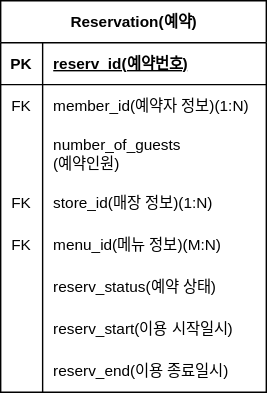
Before: reservation_erd.drawio.svg, a diagram exported from draw.io (gunsight1/boot-up1-samsik). Source tidied: cells renumbered, new cells last; positions are measured from the earlier drawing's top-left corner, leaving out a move shared by most shapes.
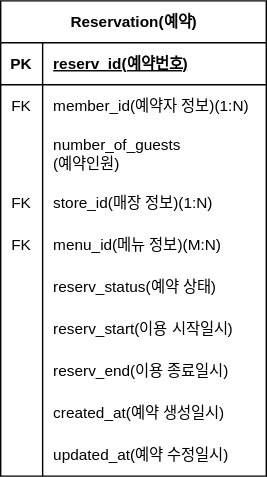
Later version of the same file.

What changed in the source:
```diff
@@ -3,7 +3,7 @@
     <mxCell id="0" />
     <mxCell id="1" parent="0" />
     <mxCell id="2" value="Reservation(예약)" style="shape=table;startSize=30;rowLines=0;fontStyle=1;align=center;html=1;fontSize=11;" parent="1" vertex="1">
-      <mxGeometry width="190" height="280" as="geometry" />
+      <mxGeometry width="190" height="340" as="geometry" />
     </mxCell>
     <mxCell id="3" style="shape=tableRow;horizontal=0;startSize=0;swimlaneHead=0;swimlaneBody=0;fillColor=none;top=0;left=0;right=0;bottom=1;fontSize=11;" parent="2" vertex="1">
       <mxGeometry y="30" width="190" height="30" as="geometry" />
@@ -77,5 +77,23 @@
     <mxCell id="26" value="reserv_end(이용 종료일시)" style="shape=partialRectangle;fillColor=none;top=0;left=0;bottom=0;right=0;align=left;spacingLeft=6;overflow=hidden;whiteSpace=wrap;html=1;fontSize=11;" parent="24" vertex="1">
       <mxGeometry x="30" width="160" height="30" as="geometry" />
     </mxCell>
+    <mxCell id="27" style="shape=tableRow;horizontal=0;startSize=0;swimlaneHead=0;swimlaneBody=0;fillColor=none;top=0;left=0;right=0;bottom=0;fontSize=11;" parent="2" vertex="1">
+      <mxGeometry y="280" width="190" height="30" as="geometry" />
+    </mxCell>
+    <mxCell id="28" style="shape=partialRectangle;fillColor=none;top=0;left=0;bottom=0;right=0;overflow=hidden;whiteSpace=wrap;html=1;fontSize=11;" parent="27" vertex="1">
+      <mxGeometry width="30" height="30" as="geometry" />
+    </mxCell>
+    <mxCell id="29" value="created_at(예약 생성일시)" style="shape=partialRectangle;fillColor=none;top=0;left=0;bottom=0;right=0;align=left;spacingLeft=6;overflow=hidden;whiteSpace=wrap;html=1;fontSize=11;" parent="27" vertex="1">
+      <mxGeometry x="30" width="160" height="30" as="geometry" />
+    </mxCell>
+    <mxCell id="30" style="shape=tableRow;horizontal=0;startSize=0;swimlaneHead=0;swimlaneBody=0;fillColor=none;top=0;left=0;right=0;bottom=0;fontSize=11;" parent="2" vertex="1">
+      <mxGeometry y="310" width="190" height="30" as="geometry" />
+    </mxCell>
+    <mxCell id="31" style="shape=partialRectangle;fillColor=none;top=0;left=0;bottom=0;right=0;overflow=hidden;whiteSpace=wrap;html=1;fontSize=11;" parent="30" vertex="1">
+      <mxGeometry width="30" height="30" as="geometry" />
+    </mxCell>
+    <mxCell id="32" value="updated_at(예약 수정일시)" style="shape=partialRectangle;fillColor=none;top=0;left=0;bottom=0;right=0;align=left;spacingLeft=6;overflow=hidden;whiteSpace=wrap;html=1;fontSize=11;" parent="30" vertex="1">
+      <mxGeometry x="30" width="160" height="30" as="geometry" />
+    </mxCell>
   </root>
 </mxGraphModel>
```
